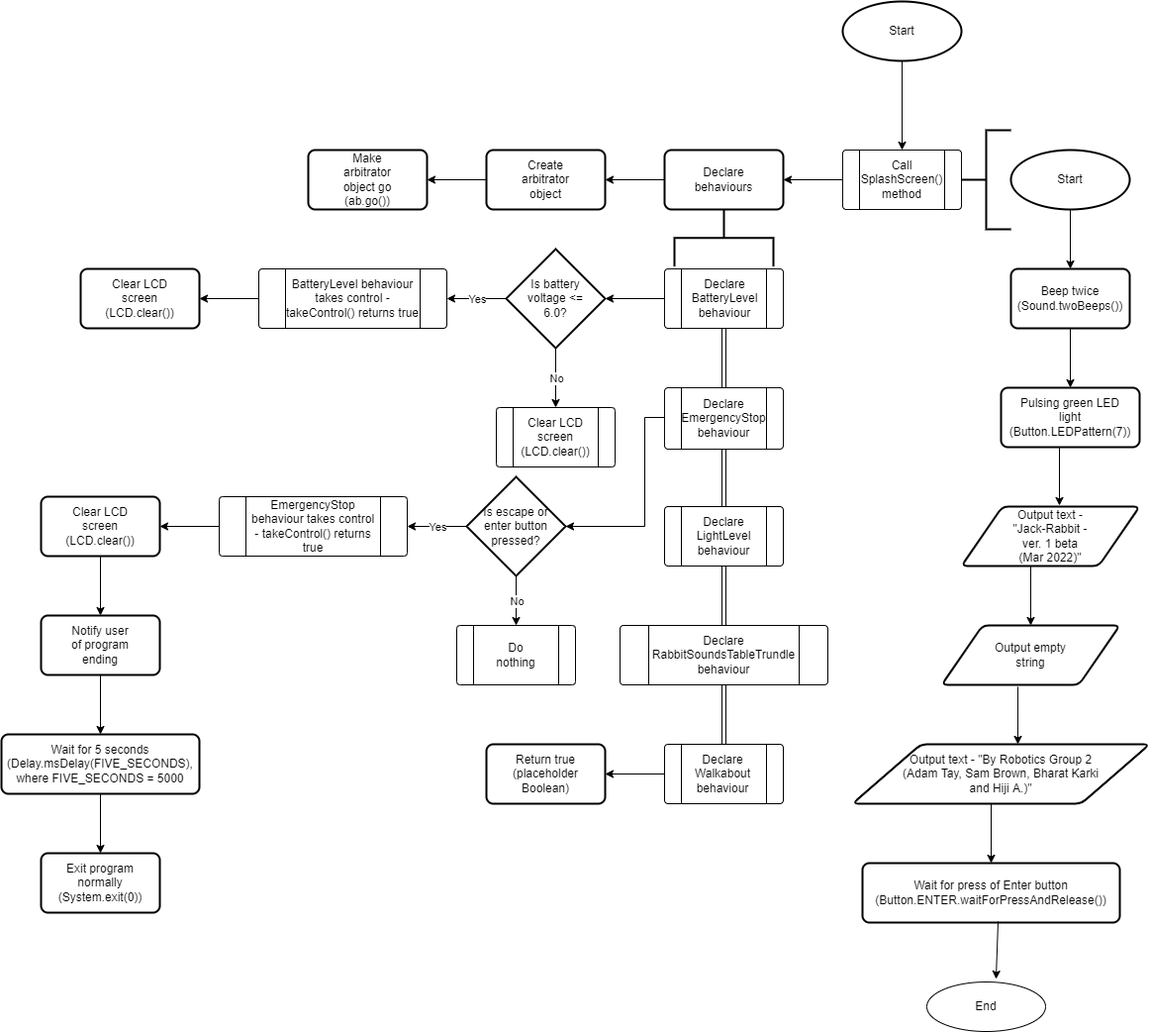
Earlier version of the draw.io export Final submission/ControlFlow.png (XLmT09/Bunny-Robot). Source tidied: cells renumbered, new cells last; positions are measured from the earlier drawing's top-left corner, leaving out a move shared by most shapes.
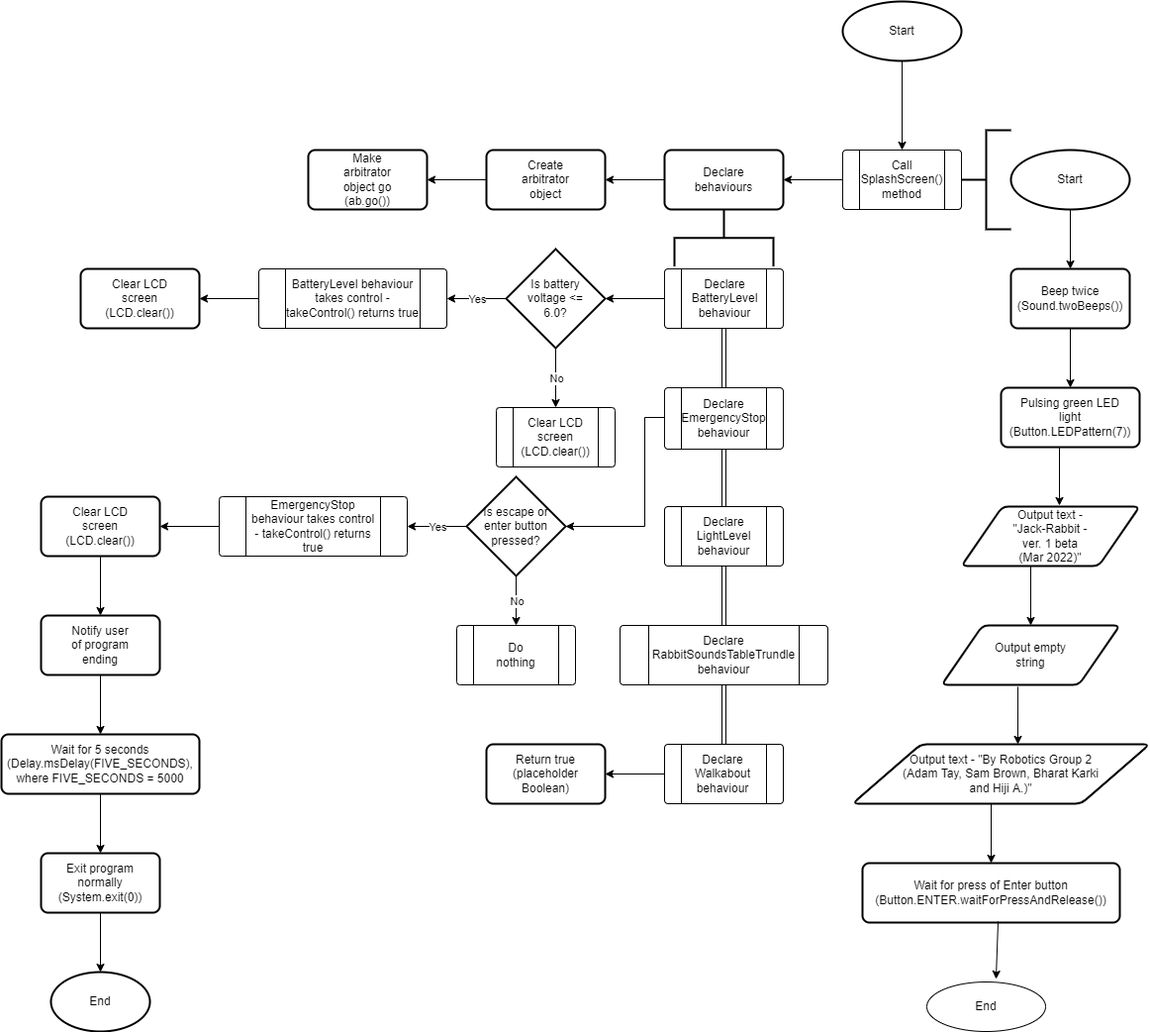
Later version of the same file.

The edit, as a diff of the source:
```diff
@@ -387,5 +387,14 @@
     <mxCell id="121" style="endArrow=classic;html=1;rounded=0;sourcePerimeterSpacing=8;targetPerimeterSpacing=8;entryX=0.5;entryY=0;entryDx=0;entryDy=0;exitX=0.5;exitY=1;exitDx=0;exitDy=0;" parent="1" edge="1" source="116" target="119">
       <mxGeometry relative="1" as="geometry" />
     </mxCell>
+    <mxCell id="122" style="strokeWidth=2;html=1;shape=mxgraph.flowchart.start_1;whiteSpace=wrap;hachureGap=4;" parent="1" vertex="1">
+      <mxGeometry x="50" y="980" width="100" height="60" as="geometry" />
+    </mxCell>
+    <mxCell id="123" value="End" style="text;strokeColor=none;fillColor=none;html=1;align=center;verticalAlign=middle;whiteSpace=wrap;rounded=0;hachureGap=4;" parent="1" vertex="1">
+      <mxGeometry x="70" y="995" width="60" height="30" as="geometry" />
+    </mxCell>
+    <mxCell id="124" style="endArrow=classic;html=1;rounded=0;sourcePerimeterSpacing=8;targetPerimeterSpacing=8;entryX=0.5;entryY=0;entryDx=0;entryDy=0;entryPerimeter=0;exitX=0.5;exitY=1;exitDx=0;exitDy=0;" parent="1" edge="1" source="119" target="122">
+      <mxGeometry relative="1" as="geometry" />
+    </mxCell>
   </root>
 </mxGraphModel>
```
